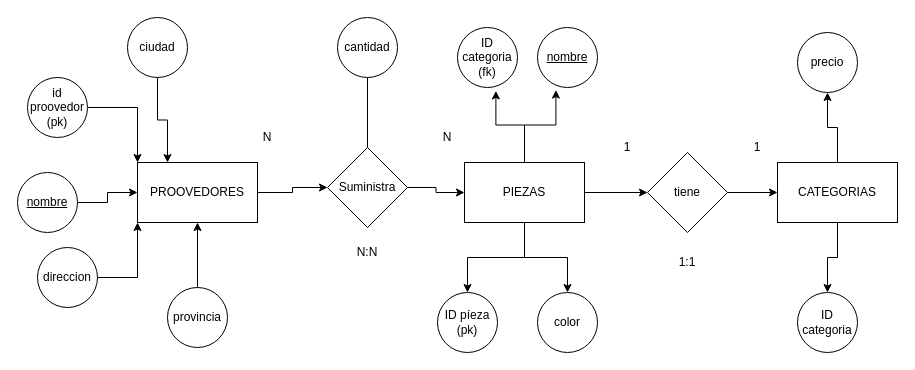
Juanizap/primer_actividad_css keeps this draw.io diagram as Diagrama sin título.drawio. Above is the earlier version. Source tidied: cells renumbered, new cells numbered last; positions are measured from the earlier drawing's top-left corner, leaving out a move shared by most shapes. Both pictures are drawn from the tidied source at 100%, with x=0, y=0 at pixel (17, 17).
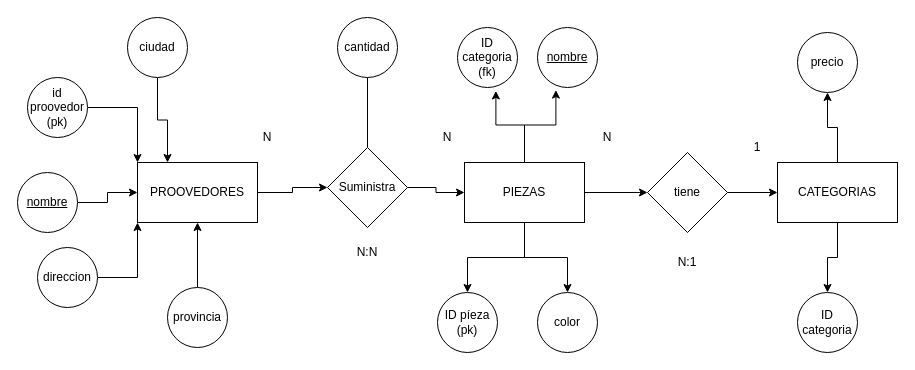
The same page after the edit.

What changed in the source:
```diff
@@
-    <mxCell id="38" value="1" style="text;html=1;strokeColor=none;fillColor=none;align=center;verticalAlign=middle;whiteSpace=wrap;rounded=0;" parent="1" vertex="1">
-      <mxGeometry x="580" y="115" width="60" height="30" as="geometry" />
-    </mxCell>
@@
-    <mxCell id="40" value="1:1" style="text;html=1;strokeColor=none;fillColor=none;align=center;verticalAlign=middle;whiteSpace=wrap;rounded=0;" parent="1" vertex="1">
+    <mxCell id="40" value="N:1" style="text;html=1;strokeColor=none;fillColor=none;align=center;verticalAlign=middle;whiteSpace=wrap;rounded=0;" parent="1" vertex="1">
       <mxGeometry x="640" y="230" width="60" height="30" as="geometry" />
     </mxCell>
+    <mxCell id="41" value="N" style="text;html=1;strokeColor=none;fillColor=none;align=center;verticalAlign=middle;whiteSpace=wrap;rounded=0;" parent="1" vertex="1">
+      <mxGeometry x="560" y="105" width="60" height="30" as="geometry" />
+    </mxCell>
```
